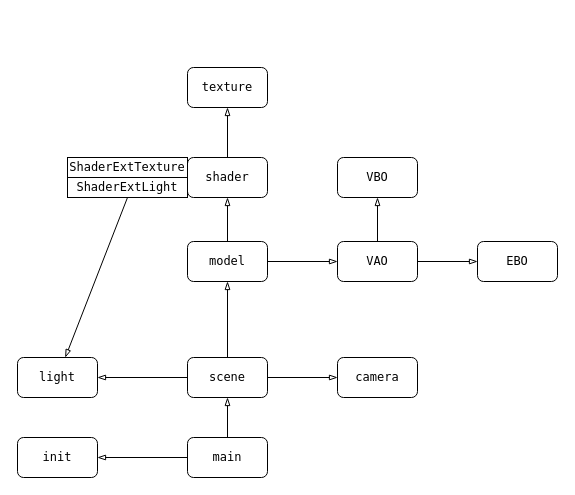
Before: page "类图" (1 of 3) of render.drawio in acccoco/Minet, a draw.io diagram. Source tidied: cells renumbered, new cells numbered last; positions are measured from the earlier drawing's top-left corner, leaving out a move shared by most shapes. Both pictures are drawn from the tidied source at 100%, with x=0, y=0 at pixel (17, 67).
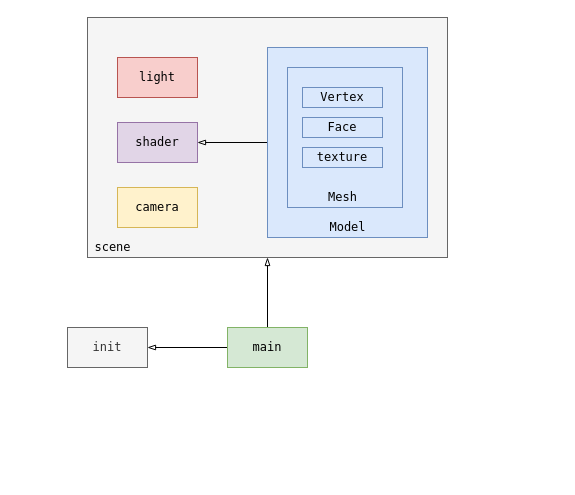
The same page after the edit.

What changed in the source:
```diff
@@
-    <mxCell id="2" style="edgeStyle=none;rounded=0;jettySize=auto;html=1;endArrow=blockThin;endFill=0;fontFamily=Lucida Console;" parent="1" edge="1" source="3" target="18">
-      <mxGeometry relative="1" as="geometry" />
-    </mxCell>
+    <mxCell id="26" style="rounded=0;whiteSpace=wrap;html=1;fontFamily=Lucida Console;fillColor=#f5f5f5;strokeColor=#666666;fontColor=#333333;" parent="1" vertex="1">
+      <mxGeometry x="70" y="-50" width="360" height="240" as="geometry" />
+    </mxCell>
+    <mxCell id="27" style="edgeStyle=none;rounded=0;jettySize=auto;html=1;endArrow=blockThin;endFill=0;fontFamily=Lucida Console;" parent="1" edge="1" source="28" target="3">
+      <mxGeometry relative="1" as="geometry" />
+    </mxCell>
+    <mxCell id="28" style="rounded=0;whiteSpace=wrap;html=1;fontFamily=Lucida Console;fillColor=#dae8fc;strokeColor=#6c8ebf;" parent="1" vertex="1">
+      <mxGeometry x="250" y="-20" width="160" height="190" as="geometry" />
+    </mxCell>
-    <mxCell id="3" value="&lt;span&gt;shader&lt;/span&gt;" style="rounded=1;whiteSpace=wrap;html=1;fontFamily=Lucida Console;" parent="1" vertex="1">
-      <mxGeometry x="170" y="90" width="80" height="40" as="geometry" />
+    <mxCell id="3" value="&lt;span&gt;shader&lt;/span&gt;" style="rounded=0;whiteSpace=wrap;html=1;fontFamily=Lucida Console;fillColor=#e1d5e7;strokeColor=#9673a6;" parent="1" vertex="1">
+      <mxGeometry x="100" y="55" width="80" height="40" as="geometry" />
     </mxCell>
-    <mxCell id="4" style="edgeStyle=none;rounded=0;jettySize=auto;html=1;endArrow=blockThin;endFill=0;fontFamily=Lucida Console;" parent="1" edge="1" source="6" target="16">
-      <mxGeometry relative="1" as="geometry" />
-    </mxCell>
-    <mxCell id="5" style="edgeStyle=none;rounded=0;jettySize=auto;html=1;endArrow=blockThin;endFill=0;fontFamily=Lucida Console;" parent="1" edge="1" source="6" target="15">
-      <mxGeometry relative="1" as="geometry" />
-    </mxCell>
-    <mxCell id="6" value="&lt;span&gt;VAO&lt;/span&gt;" style="rounded=1;whiteSpace=wrap;html=1;fontFamily=Lucida Console;" parent="1" vertex="1">
-      <mxGeometry x="320" y="174" width="80" height="40" as="geometry" />
-    </mxCell>
-    <mxCell id="7" style="edgeStyle=none;rounded=0;jettySize=auto;html=1;endArrow=blockThin;endFill=0;fontFamily=Lucida Console;" parent="1" edge="1" source="9" target="3">
-      <mxGeometry relative="1" as="geometry" />
-    </mxCell>
-    <mxCell id="8" style="edgeStyle=none;rounded=0;jettySize=auto;html=1;endArrow=blockThin;endFill=0;fontFamily=Lucida Console;" parent="1" edge="1" source="9" target="6">
-      <mxGeometry relative="1" as="geometry" />
-    </mxCell>
-    <mxCell id="9" value="&lt;span&gt;model&lt;/span&gt;" style="rounded=1;whiteSpace=wrap;html=1;fontFamily=Lucida Console;" parent="1" vertex="1">
-      <mxGeometry x="170" y="174" width="80" height="40" as="geometry" />
-    </mxCell>
-    <mxCell id="10" style="rounded=0;jettySize=auto;html=1;endArrow=blockThin;endFill=0;fontFamily=Lucida Console;" parent="1" edge="1" source="22" target="14">
-      <mxGeometry relative="1" as="geometry" />
-    </mxCell>
-    <mxCell id="11" style="edgeStyle=none;rounded=0;jettySize=auto;html=1;endArrow=blockThin;endFill=0;fontFamily=Lucida Console;" parent="1" edge="1" source="22" target="9">
-      <mxGeometry relative="1" as="geometry" />
-    </mxCell>
-    <mxCell id="12" style="edgeStyle=none;rounded=0;jettySize=auto;html=1;endArrow=blockThin;endFill=0;fontFamily=Lucida Console;" parent="1" edge="1" source="22" target="17">
-      <mxGeometry relative="1" as="geometry" />
-    </mxCell>
@@
-    <mxCell id="14" value="&lt;span&gt;camera&lt;/span&gt;" style="rounded=1;whiteSpace=wrap;html=1;fontFamily=Lucida Console;" parent="1" vertex="1">
-      <mxGeometry x="320" y="290" width="80" height="40" as="geometry" />
+    <mxCell id="14" value="&lt;span&gt;camera&lt;/span&gt;" style="rounded=0;whiteSpace=wrap;html=1;fontFamily=Lucida Console;fillColor=#fff2cc;strokeColor=#d6b656;" parent="1" vertex="1">
+      <mxGeometry x="100" y="120" width="80" height="40" as="geometry" />
     </mxCell>
-    <mxCell id="15" value="EBO" style="rounded=1;whiteSpace=wrap;html=1;fontFamily=Lucida Console;" parent="1" vertex="1">
-      <mxGeometry x="460" y="174" width="80" height="40" as="geometry" />
-    </mxCell>
-    <mxCell id="16" value="VBO" style="rounded=1;whiteSpace=wrap;html=1;fontFamily=Lucida Console;" parent="1" vertex="1">
-      <mxGeometry x="320" y="90" width="80" height="40" as="geometry" />
-    </mxCell>
+    <mxCell id="19" value="&lt;span&gt;init&lt;/span&gt;" style="rounded=0;whiteSpace=wrap;html=1;fontFamily=Lucida Console;fillColor=#f5f5f5;strokeColor=#666666;fontColor=#333333;" parent="1" vertex="1">
+      <mxGeometry x="50" y="260" width="80" height="40" as="geometry" />
+    </mxCell>
+    <mxCell id="29" style="edgeStyle=none;rounded=0;jettySize=auto;html=1;endArrow=blockThin;endFill=0;fontFamily=Lucida Console;" parent="1" edge="1" source="21" target="26">
+      <mxGeometry relative="1" as="geometry" />
+    </mxCell>
+    <mxCell id="21" value="&lt;span&gt;main&lt;/span&gt;" style="rounded=0;whiteSpace=wrap;html=1;fontFamily=Lucida Console;fillColor=#d5e8d4;strokeColor=#82b366;" parent="1" vertex="1">
+      <mxGeometry x="210" y="260" width="80" height="40" as="geometry" />
+    </mxCell>
+    <mxCell id="30" style="rounded=0;whiteSpace=wrap;html=1;fontFamily=Lucida Console;fillColor=#dae8fc;strokeColor=#6c8ebf;" parent="1" vertex="1">
+      <mxGeometry x="270" width="115" height="140" as="geometry" />
+    </mxCell>
+    <mxCell id="18" value="&lt;span&gt;texture&lt;/span&gt;" style="rounded=0;whiteSpace=wrap;html=1;fontFamily=Lucida Console;fillColor=#dae8fc;strokeColor=#6c8ebf;" parent="1" vertex="1">
+      <mxGeometry x="285" y="80" width="80" height="20" as="geometry" />
+    </mxCell>
+    <mxCell id="31" value="&lt;span&gt;Vertex&lt;/span&gt;" style="rounded=0;whiteSpace=wrap;html=1;fontFamily=Lucida Console;fillColor=#dae8fc;strokeColor=#6c8ebf;" parent="1" vertex="1">
+      <mxGeometry x="285" y="20" width="80" height="20" as="geometry" />
+    </mxCell>
+    <mxCell id="32" value="&lt;span&gt;Face&lt;/span&gt;" style="rounded=0;whiteSpace=wrap;html=1;fontFamily=Lucida Console;fillColor=#dae8fc;strokeColor=#6c8ebf;" parent="1" vertex="1">
+      <mxGeometry x="285" y="50" width="80" height="20" as="geometry" />
+    </mxCell>
+    <mxCell id="22" value="&lt;span&gt;scene&lt;/span&gt;" style="text;html=1;align=center;verticalAlign=middle;points=[];fontFamily=Lucida Console;" parent="1" vertex="1">
+      <mxGeometry x="70" y="170" width="50" height="20" as="geometry" />
+    </mxCell>
-    <mxCell id="17" value="&lt;span&gt;light&lt;/span&gt;" style="rounded=1;whiteSpace=wrap;html=1;fontFamily=Lucida Console;" parent="1" vertex="1">
-      <mxGeometry y="290" width="80" height="40" as="geometry" />
+    <mxCell id="17" value="&lt;span&gt;light&lt;/span&gt;" style="rounded=0;whiteSpace=wrap;html=1;fontFamily=Lucida Console;fillColor=#f8cecc;strokeColor=#b85450;" parent="1" vertex="1">
+      <mxGeometry x="100" y="-10" width="80" height="40" as="geometry" />
     </mxCell>
-    <mxCell id="18" value="&lt;span&gt;texture&lt;/span&gt;" style="rounded=1;whiteSpace=wrap;html=1;fontFamily=Lucida Console;" parent="1" vertex="1">
-      <mxGeometry x="170" width="80" height="40" as="geometry" />
-    </mxCell>
-    <mxCell id="19" value="&lt;span&gt;init&lt;/span&gt;" style="rounded=1;whiteSpace=wrap;html=1;fontFamily=Lucida Console;" parent="1" vertex="1">
-      <mxGeometry y="370" width="80" height="40" as="geometry" />
-    </mxCell>
-    <mxCell id="20" style="edgeStyle=none;rounded=0;jettySize=auto;html=1;endArrow=blockThin;endFill=0;" parent="1" edge="1" source="21" target="22">
-      <mxGeometry relative="1" as="geometry" />
-    </mxCell>
-    <mxCell id="21" value="&lt;span&gt;main&lt;/span&gt;" style="rounded=1;whiteSpace=wrap;html=1;fontFamily=Lucida Console;" parent="1" vertex="1">
-      <mxGeometry x="170" y="370" width="80" height="40" as="geometry" />
-    </mxCell>
-    <mxCell id="22" value="&lt;span&gt;scene&lt;/span&gt;" style="rounded=1;whiteSpace=wrap;html=1;fontFamily=Lucida Console;" parent="1" vertex="1">
-      <mxGeometry x="170" y="290" width="80" height="40" as="geometry" />
-    </mxCell>
-    <mxCell id="23" style="rounded=0;jettySize=auto;html=1;endArrow=blockThin;endFill=0;exitX=0.5;exitY=1;exitDx=0;exitDy=0;" parent="1" edge="1" source="25" target="17">
-      <mxGeometry relative="1" as="geometry" />
-    </mxCell>
-    <mxCell id="24" value="ShaderExtTexture" style="rounded=0;whiteSpace=wrap;html=1;fontFamily=Lucida Console;" parent="1" vertex="1">
-      <mxGeometry x="50" y="90" width="120" height="20" as="geometry" />
-    </mxCell>
-    <mxCell id="25" value="ShaderExtLight" style="rounded=0;whiteSpace=wrap;html=1;fontFamily=Lucida Console;" parent="1" vertex="1">
-      <mxGeometry x="50" y="110" width="120" height="20" as="geometry" />
-    </mxCell>
+    <mxCell id="33" value="Mesh" style="text;html=1;align=center;verticalAlign=middle;fontFamily=Lucida Console;" parent="1" vertex="1">
+      <mxGeometry x="305" y="120" width="40" height="20" as="geometry" />
+    </mxCell>
+    <mxCell id="34" value="Model" style="text;html=1;align=center;verticalAlign=middle;fontFamily=Lucida Console;" parent="1" vertex="1">
+      <mxGeometry x="305" y="150" width="50" height="20" as="geometry" />
+    </mxCell>
```
